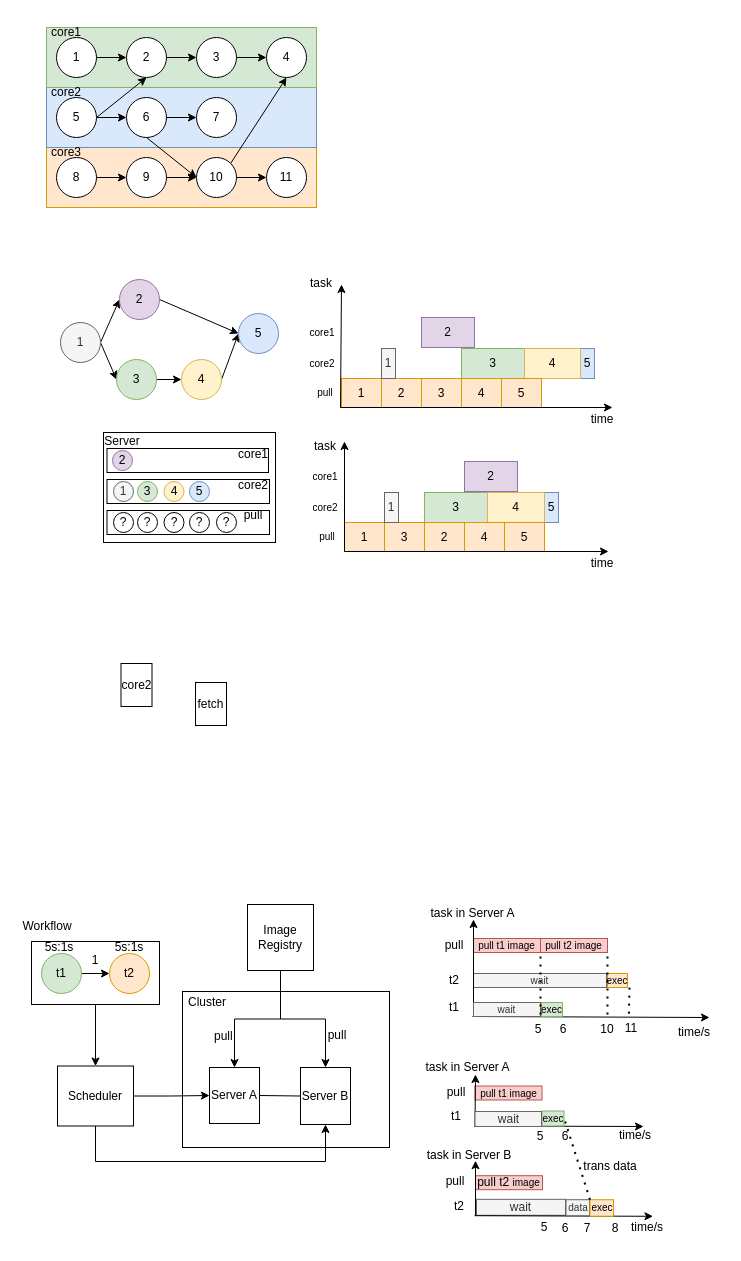
Before: research/小论文.drawio in ksd11/charts, a draw.io diagram. Source tidied: cells renumbered, new cells numbered last; positions are measured from the earlier drawing's top-left corner, leaving out a move shared by most shapes. Both pictures are drawn from the tidied source at 100%, with x=0, y=0 at pixel (17, 17).
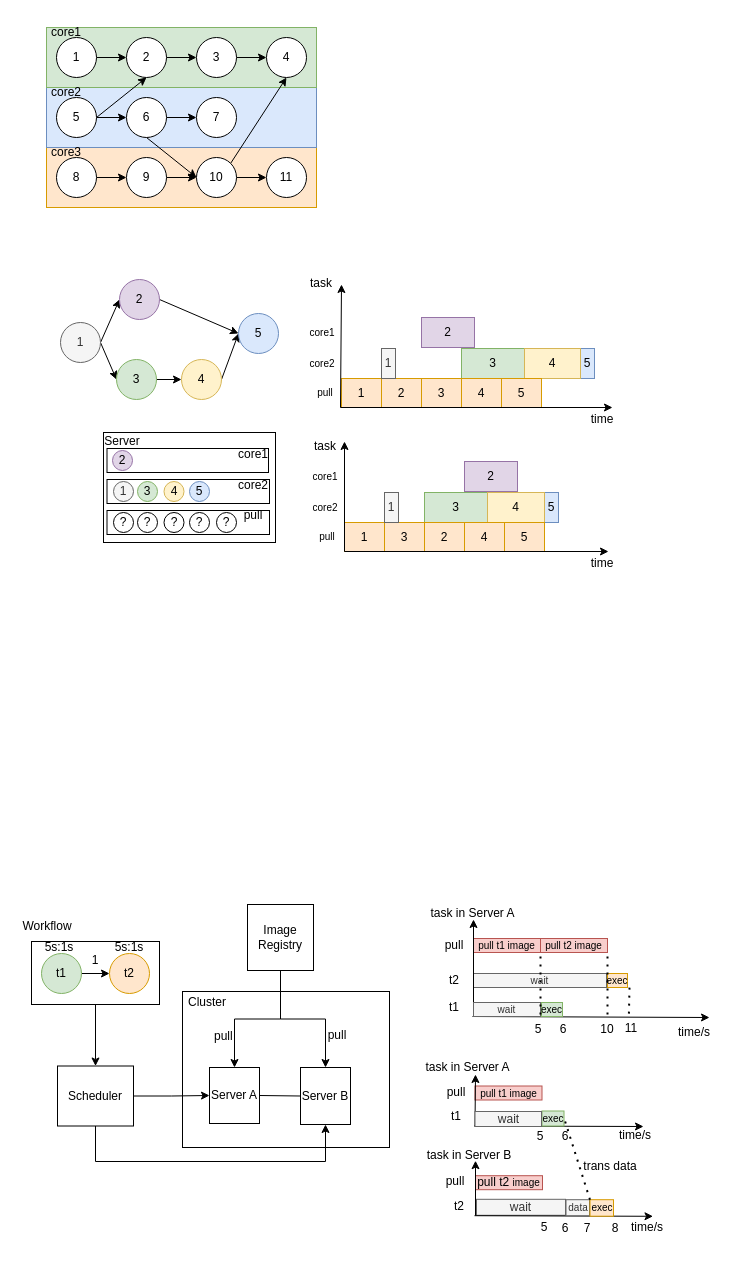
The same page after the edit.

Commit message (it also covers changes not shown here):
更新小论文.drawio

The edit, as a diff of the source:
```diff
@@
-    <mxCell id="78" value="core2" style="rounded=0;whiteSpace=wrap;html=1;" parent="1" vertex="1">
-      <mxGeometry x="103.5" y="646" width="31" height="43" as="geometry" />
-    </mxCell>
-    <mxCell id="79" value="fetch" style="rounded=0;whiteSpace=wrap;html=1;" parent="1" vertex="1">
-      <mxGeometry x="178" y="665" width="31" height="43" as="geometry" />
-    </mxCell>
```
